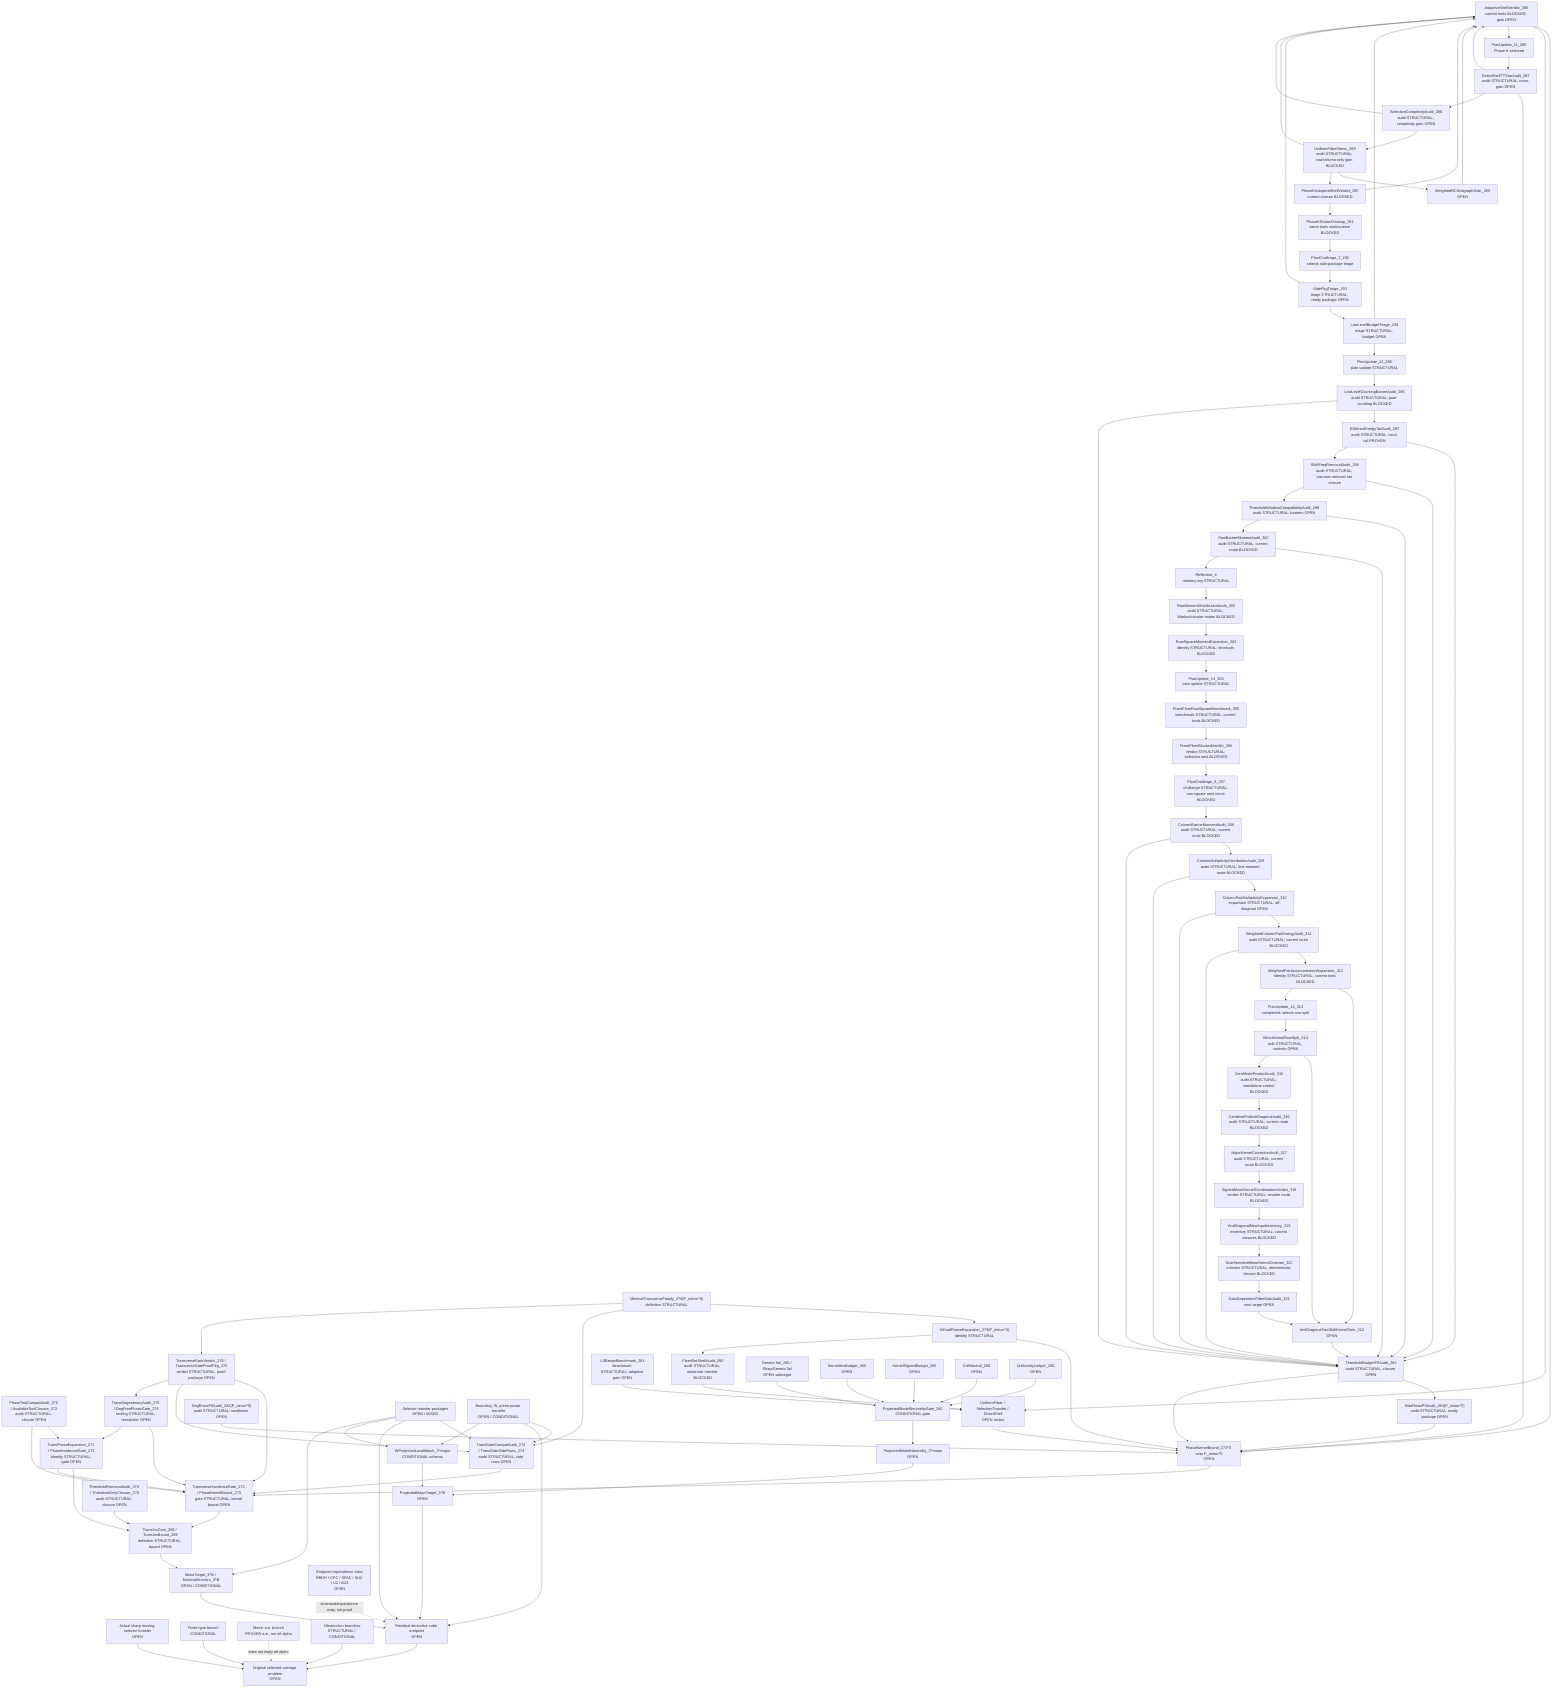
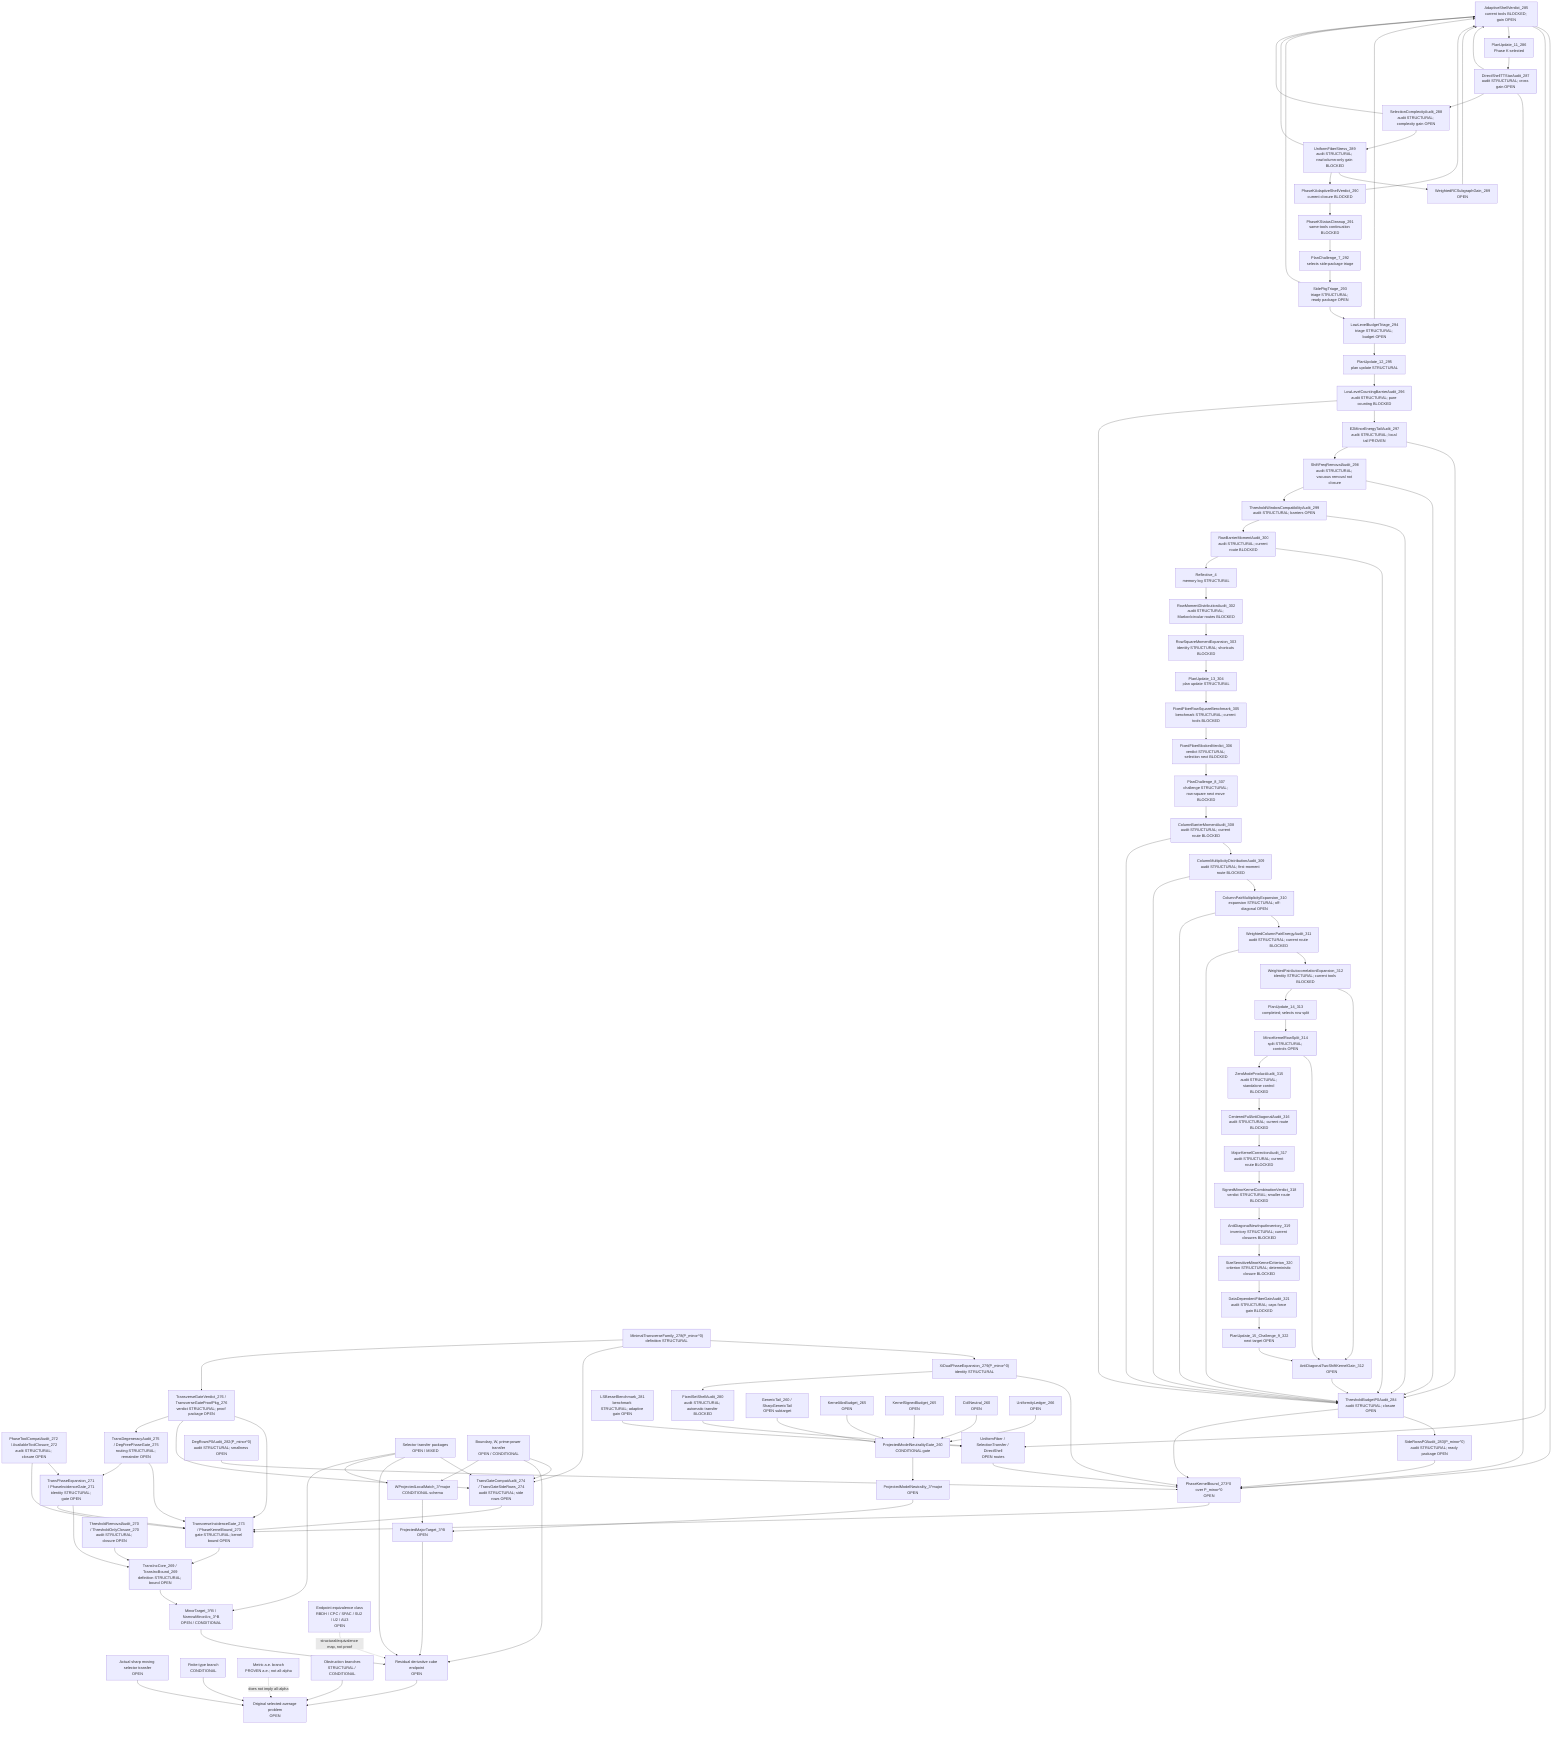
flowchart TD
  Original["Original selected-average problem<br/>OPEN"]
  SharpSel["Actual sharp moving selector transfer<br/>OPEN"]
  FiniteType["Finite-type branch<br/>CONDITIONAL"]
  Metric["Metric a.e. branch<br/>PROVEN a.e.; not all-alpha"]
  Obstruction["Obstruction branches<br/>STRUCTURAL / CONDITIONAL"]

  ResCube["Residual derivative cube endpoint<br/>OPEN"]
  MajorTarget["ProjectedMajorTarget_3^B<br/>OPEN"]
  MinorTarget["MinorTarget_3^B / NarrowMinorArc_3^B<br/>OPEN / CONDITIONAL"]
  TransInc["TransIncCore_269 / TransIncBound_269<br/>definition STRUCTURAL; bound OPEN"]
  ThresholdAudit["ThresholdRemovalAudit_270 / ThresholdOnlyClosure_270<br/>audit STRUCTURAL; closure OPEN"]
  PhaseExpansion["TransPhaseExpansion_271 / PhaseIncidenceGate_271<br/>identity STRUCTURAL; gate OPEN"]
  ToolCompat["PhaseToolCompatAudit_272 / AvailableToolClosure_272<br/>audit STRUCTURAL; closure OPEN"]
  TransGate["TransverseIncidenceGate_273 / PhaseKernelBound_273<br/>gate STRUCTURAL; kernel bound OPEN"]
  TransGateCompat["TransGateCompatAudit_274 / TransGateSideRows_274<br/>audit STRUCTURAL; side rows OPEN"]
  DegAudit["TransDegeneracyAudit_275 / DegFreePhaseGate_275<br/>routing STRUCTURAL; remainder OPEN"]
  TransVerdict["TransverseGateVerdict_276 / TransverseGateProofPkg_276<br/>verdict STRUCTURAL; proof package OPEN"]
  MinTransFamily["MinimalTransverseFamily_278(P_minor^0)<br/>definition STRUCTURAL"]
  XiExpansion["XiDualPhaseExpansion_279(P_minor^0)<br/>identity STRUCTURAL"]
  FixedShellAudit["FixedSetShellAudit_280<br/>audit STRUCTURAL; automatic transfer BLOCKED"]
  FixedShellTransfer["UniformFiber / SelectionTransfer / DirectShell<br/>OPEN routes"]
  LSBesselBench["LSBesselBenchmark_281<br/>benchmark STRUCTURAL; adaptive gain OPEN"]
  DegRowsP0["DegRowsP0Audit_282(P_minor^0)<br/>audit STRUCTURAL; smallness OPEN"]
  SideRowsP0["SideRowsP0Audit_283(P_minor^0)<br/>audit STRUCTURAL; ready package OPEN"]
  ThresholdP0["ThresholdBudgetP0Audit_284<br/>audit STRUCTURAL; closure OPEN"]
  AdaptiveShellP0["AdaptiveShellVerdict_285<br/>current tools BLOCKED; gain OPEN"]
  PlanUpdate11["PlanUpdate_11_286<br/>Phase K selected"]
  DirectTTStar["DirectShellTTStarAudit_287<br/>audit STRUCTURAL; cross gain OPEN"]
  SelectionComplexity["SelectionComplexityAudit_288<br/>audit STRUCTURAL; complexity gain OPEN"]
  UniformFiberStress["UniformFiberStress_289<br/>audit STRUCTURAL; row/column-only gain BLOCKED"]
  WeightedRCSubgraph["WeightedRCSubgraphGain_289<br/>OPEN"]
  AdaptiveVerdict290["PhaseKAdaptiveShellVerdict_290<br/>current closure BLOCKED"]
  PhaseKCleanup291["PhaseKStatusCleanup_291<br/>same-tools continuation BLOCKED"]
  PlanChallenge7["PlanChallenge_7_292<br/>selects side-package triage"]
  SidePkgTriage293["SidePkgTriage_293<br/>triage STRUCTURAL; ready package OPEN"]
  LowLevelTriage294["LowLevelBudgetTriage_294<br/>triage STRUCTURAL; budget OPEN"]
  PlanUpdate12["PlanUpdate_12_295<br/>plan update STRUCTURAL"]
  LowLevelBarrier296["LowLevelCountingBarrierAudit_296<br/>audit STRUCTURAL; pure counting BLOCKED"]
  E2Tail297["E2MinorEnergyTailAudit_297<br/>audit STRUCTURAL; local tail PROVEN"]
  ShiftFreq298["ShiftFreqRemovalAudit_298<br/>audit STRUCTURAL; vacuous removal not closure"]
  ThresholdWindow299["ThresholdWindowCompatibilityAudit_299<br/>audit STRUCTURAL; barriers OPEN"]
  RowBarrier300["RowBarrierMomentAudit_300<br/>audit STRUCTURAL; current route BLOCKED"]
  Reflective4["Reflective_4<br/>memory log STRUCTURAL"]
  RowMoment302["RowMomentDistributionAudit_302<br/>audit STRUCTURAL; Markov/circular routes BLOCKED"]
  RowSquare303["RowSquareMomentExpansion_303<br/>identity STRUCTURAL; shortcuts BLOCKED"]
  PlanUpdate13["PlanUpdate_13_304<br/>plan update STRUCTURAL"]
  FixedFiber305["FixedFiberRowSquareBenchmark_305<br/>benchmark STRUCTURAL; current tools BLOCKED"]
  FixedFiber306["FixedFiberBlockedVerdict_306<br/>verdict STRUCTURAL; selection next BLOCKED"]
  PlanChallenge8["PlanChallenge_8_307<br/>challenge STRUCTURAL; row-square next move BLOCKED"]
  ColumnBarrier308["ColumnBarrierMomentAudit_308<br/>audit STRUCTURAL; current route BLOCKED"]
  ColumnDist309["ColumnMultiplicityDistributionAudit_309<br/>audit STRUCTURAL; first-moment route BLOCKED"]
  ColumnPair310["ColumnPairMultiplicityExpansion_310<br/>expansion STRUCTURAL; off-diagonal OPEN"]
  WPair311["WeightedColumnPairEnergyAudit_311<br/>audit STRUCTURAL; current route BLOCKED"]
  AutoCorr312["WeightedPairAutocorrelationExpansion_312<br/>identity STRUCTURAL; current tools BLOCKED"]
  AntiDiag312["AntiDiagonalTwoShiftKernelGain_312<br/>OPEN"]
  PlanUpdate14["PlanUpdate_14_313<br/>completed; selects row split"]
  MinorKernel314["MinorKernelRowSplit_314<br/>split STRUCTURAL; controls OPEN"]
  ZeroAudit315["ZeroModeProductAudit_315<br/>audit STRUCTURAL; standalone control BLOCKED"]
  CenteredFull316["CenteredFullAntiDiagonalAudit_316<br/>audit STRUCTURAL; current route BLOCKED"]
  MajorCorr317["MajorKernelCorrectionAudit_317<br/>audit STRUCTURAL; current route BLOCKED"]
  SignedVerdict318["SignedMinorKernelCombinationVerdict_318<br/>verdict STRUCTURAL; smaller route BLOCKED"]
  NewInput319["AntiDiagonalNewInputInventory_319<br/>inventory STRUCTURAL; current closures BLOCKED"]
  SizeSensitive320["SizeSensitiveMinorKernelCriterion_320<br/>criterion STRUCTURAL; deterministic closure BLOCKED"]
-   FiberGain321["DataDependentFiberGainAudit_321<br/>next target OPEN"]
+   FiberGain321["DataDependentFiberGainAudit_321<br/>audit STRUCTURAL; caps force gain BLOCKED"]
+   Plan322["PlanUpdate_15_Challenge_9_322<br/>next target OPEN"]
  PhaseKernel0["PhaseKernelBound_273^0 over P_minor^0<br/>OPEN"]
  SelectorTransfer["Selector transfer packages<br/>OPEN / MIXED"]
  BoundaryTransfer["Boundary, W, prime-power transfer<br/>OPEN / CONDITIONAL"]

  WLocal["WProjectedLocalMatch_3^major<br/>CONDITIONAL schema"]
  ModelNeutral["ProjectedModelNeutrality_3^major<br/>OPEN"]
  PMNGate["ProjectedModelNeutralityGate_260<br/>CONDITIONAL gate"]
  GenericTail["GenericTail_260 / SharpGenericTail<br/>OPEN subtarget"]
  KernelAbs["KernelAbsBudget_265<br/>OPEN"]
  KernelSigned["KernelSignedBudget_265<br/>OPEN"]
  CollNeutral["CollNeutral_260<br/>OPEN"]
  Uniformity["UniformityLedger_266<br/>OPEN"]

  EndpointClass["Endpoint equivalence class<br/>RBDH / CPC / SPAC / SU2 / U2 / AU3<br/>OPEN"]

  SharpSel --> Original
  FiniteType --> Original
  Obstruction --> Original
  ResCube --> Original
  Metric -. "does not imply all-alpha" .-> Original

  MajorTarget --> ResCube
  MinorTarget --> ResCube
  TransInc --> MinorTarget
  ThresholdAudit --> TransInc
  PhaseExpansion --> TransInc
  ToolCompat --> PhaseExpansion
  TransGate --> TransInc
  PhaseExpansion --> TransGate
  ToolCompat --> TransGate
  TransGateCompat --> TransGate
  SelectorTransfer --> TransGateCompat
  BoundaryTransfer --> TransGateCompat
  DegAudit --> TransGate
  DegAudit --> PhaseExpansion
  TransVerdict --> TransGate
  TransVerdict --> TransGateCompat
  TransVerdict --> DegAudit
  PhaseKernel0 --> TransGate
  MinTransFamily --> XiExpansion
  XiExpansion --> PhaseKernel0
  XiExpansion --> FixedShellAudit
  FixedShellAudit --> FixedShellTransfer
  FixedShellTransfer --> PhaseKernel0
  LSBesselBench --> FixedShellTransfer
  DegRowsP0 --> PhaseKernel0
  SideRowsP0 --> PhaseKernel0
  ThresholdP0 --> SideRowsP0
  ThresholdP0 --> PhaseKernel0
  AdaptiveShellP0 --> PhaseKernel0
  AdaptiveShellP0 --> FixedShellTransfer
  AdaptiveShellP0 --> PlanUpdate11
  PlanUpdate11 --> DirectTTStar
  DirectTTStar --> AdaptiveShellP0
  DirectTTStar --> PhaseKernel0
  DirectTTStar --> SelectionComplexity
  SelectionComplexity --> UniformFiberStress
  SelectionComplexity --> AdaptiveShellP0
  UniformFiberStress --> WeightedRCSubgraph
  WeightedRCSubgraph --> AdaptiveShellP0
  UniformFiberStress --> AdaptiveVerdict290
  UniformFiberStress --> AdaptiveShellP0
  AdaptiveVerdict290 --> AdaptiveShellP0
  AdaptiveVerdict290 --> PhaseKCleanup291
  PhaseKCleanup291 --> PlanChallenge7
  PlanChallenge7 --> SidePkgTriage293
  SidePkgTriage293 --> LowLevelTriage294
  SidePkgTriage293 --> AdaptiveShellP0
  LowLevelTriage294 --> AdaptiveShellP0
  LowLevelTriage294 --> PlanUpdate12
  PlanUpdate12 --> LowLevelBarrier296
  LowLevelBarrier296 --> E2Tail297
  LowLevelBarrier296 --> ThresholdP0
  E2Tail297 --> ThresholdP0
  E2Tail297 --> ShiftFreq298
  ShiftFreq298 --> ThresholdP0
  ShiftFreq298 --> ThresholdWindow299
  ThresholdWindow299 --> ThresholdP0
  ThresholdWindow299 --> RowBarrier300
  RowBarrier300 --> ThresholdP0
  RowBarrier300 --> Reflective4
  Reflective4 --> RowMoment302
  RowMoment302 --> RowSquare303
  RowSquare303 --> PlanUpdate13
  PlanUpdate13 --> FixedFiber305
  FixedFiber305 --> FixedFiber306
  FixedFiber306 --> PlanChallenge8
  PlanChallenge8 --> ColumnBarrier308
  ColumnBarrier308 --> ColumnDist309
  ColumnDist309 --> ColumnPair310
  ColumnPair310 --> WPair311
  WPair311 --> AutoCorr312
  AutoCorr312 --> AntiDiag312
  AntiDiag312 --> ThresholdP0
  AutoCorr312 --> PlanUpdate14
  PlanUpdate14 --> MinorKernel314
  MinorKernel314 --> AntiDiag312
  MinorKernel314 --> ZeroAudit315
  ZeroAudit315 --> CenteredFull316
  CenteredFull316 --> MajorCorr317
  MajorCorr317 --> SignedVerdict318
  SignedVerdict318 --> NewInput319
  NewInput319 --> SizeSensitive320
  SizeSensitive320 --> FiberGain321
-   FiberGain321 --> AntiDiag312
+   FiberGain321 --> Plan322
+   Plan322 --> AntiDiag312
  WPair311 --> ThresholdP0
  ColumnPair310 --> ThresholdP0
  ColumnDist309 --> ThresholdP0
  ColumnBarrier308 --> ThresholdP0
  MinTransFamily --> TransGateCompat
  MinTransFamily --> TransVerdict
  SelectorTransfer --> ResCube
  BoundaryTransfer --> ResCube
  EndpointClass -. "structural/equivalence map, not proof" .-> ResCube

  WLocal --> MajorTarget
  ModelNeutral --> MajorTarget

  PMNGate --> ModelNeutral
  GenericTail --> PMNGate
  KernelAbs --> PMNGate
  KernelSigned --> PMNGate
  CollNeutral --> PMNGate
  Uniformity --> PMNGate

  BoundaryTransfer --> WLocal
  SelectorTransfer --> WLocal
  SelectorTransfer --> MinorTarget
